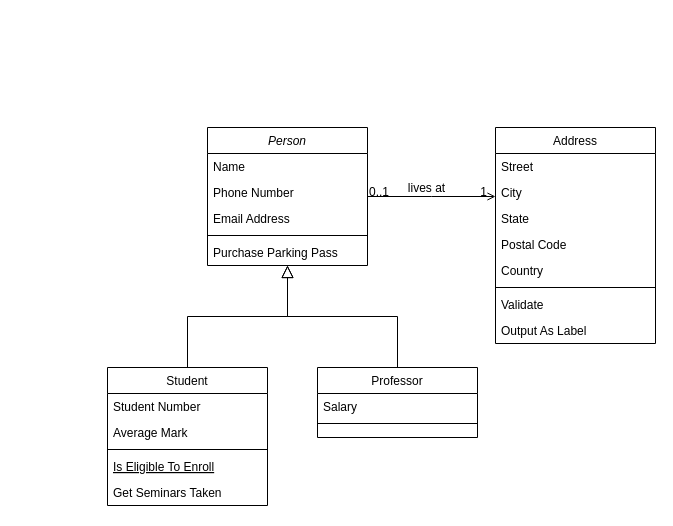
sergioMoreno12/miweb keeps this draw.io diagram as Diagrama sin título.drawio. Above is the earlier version. Source tidied: cells renumbered, new cells numbered last; positions are measured from the earlier drawing's top-left corner, leaving out a move shared by most shapes. Both pictures are drawn from the tidied source at 100%, with x=0, y=0 at pixel (107, 127).
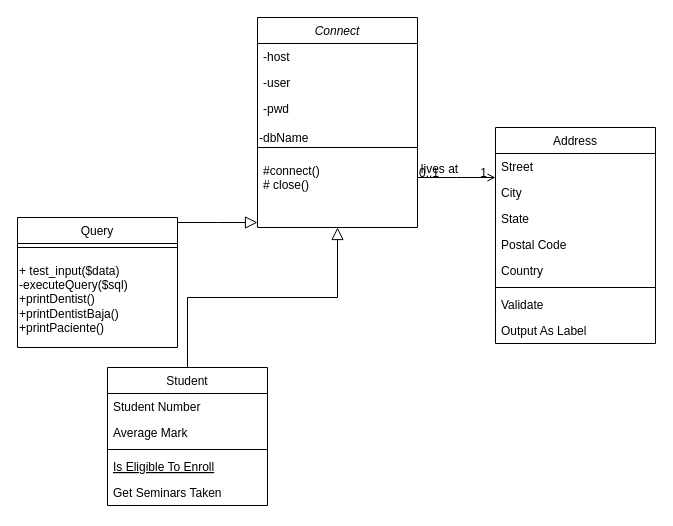
Above is the later version.

Diff of the diagram source:
```diff
@@
-    <mxCell id="2" value="Person" style="swimlane;fontStyle=2;align=center;verticalAlign=top;horizontal=1;startSize=26;rounded=0;shadow=0;strokeWidth=1;" parent="1" vertex="1">
-      <mxGeometry x="100" width="160" height="138" as="geometry" />
+    <mxCell id="2" value="Connect" style="swimlane;fontStyle=2;align=center;verticalAlign=top;horizontal=1;startSize=26;rounded=0;shadow=0;strokeWidth=1;" parent="1" vertex="1">
+      <mxGeometry x="150" y="-110" width="160" height="210" as="geometry" />
     </mxCell>
-    <mxCell id="3" value="Name" style="text;align=left;verticalAlign=top;spacingLeft=4;spacingRight=4;overflow=hidden;" parent="2" vertex="1">
+    <mxCell id="3" value="-host" style="text;align=left;verticalAlign=top;spacingLeft=4;spacingRight=4;overflow=hidden;" parent="2" vertex="1">
       <mxGeometry y="26" width="160" height="26" as="geometry" />
     </mxCell>
-    <mxCell id="4" value="Phone Number" style="text;align=left;verticalAlign=top;spacingLeft=4;spacingRight=4;overflow=hidden;rounded=0;shadow=0;html=0;" parent="2" vertex="1">
+    <mxCell id="4" value="-user" style="text;align=left;verticalAlign=top;spacingLeft=4;spacingRight=4;overflow=hidden;rounded=0;shadow=0;html=0;" parent="2" vertex="1">
       <mxGeometry y="52" width="160" height="26" as="geometry" />
     </mxCell>
-    <mxCell id="5" value="Email Address" style="text;align=left;verticalAlign=top;spacingLeft=4;spacingRight=4;overflow=hidden;rounded=0;shadow=0;html=0;" parent="2" vertex="1">
-      <mxGeometry y="78" width="160" height="26" as="geometry" />
+    <mxCell id="5" value="-pwd" style="text;align=left;verticalAlign=top;spacingLeft=4;spacingRight=4;overflow=hidden;rounded=0;shadow=0;html=0;" parent="2" vertex="1">
+      <mxGeometry y="78" width="160" height="42" as="geometry" />
     </mxCell>
+    <mxCell id="32" value="-dbName" style="text;html=1;strokeColor=none;fillColor=none;align=left;verticalAlign=middle;whiteSpace=wrap;rounded=0;" parent="2" vertex="1">
+      <mxGeometry y="120" width="160" as="geometry" />
+    </mxCell>
     <mxCell id="6" style="line;html=1;strokeWidth=1;align=left;verticalAlign=middle;spacingTop=-1;spacingLeft=3;spacingRight=3;labelPosition=right;" parent="2" vertex="1">
-      <mxGeometry y="104" width="160" height="8" as="geometry" />
+      <mxGeometry y="120" width="160" height="20" as="geometry" />
     </mxCell>
-    <mxCell id="7" value="Purchase Parking Pass" style="text;align=left;verticalAlign=top;spacingLeft=4;spacingRight=4;overflow=hidden;" parent="2" vertex="1">
-      <mxGeometry y="112" width="160" height="26" as="geometry" />
+    <mxCell id="7" value="#connect()&#10;# close()" style="text;align=left;verticalAlign=top;spacingLeft=4;spacingRight=4;overflow=hidden;" parent="2" vertex="1">
+      <mxGeometry y="140" width="160" height="42" as="geometry" />
     </mxCell>
@@
-    <mxCell id="15" value="Professor" style="swimlane;fontStyle=0;align=center;verticalAlign=top;horizontal=1;startSize=26;rounded=0;shadow=0;strokeWidth=1;" parent="1" vertex="1">
-      <mxGeometry x="210" y="240" width="160" height="70" as="geometry" />
+    <mxCell id="15" value="Query" style="swimlane;fontStyle=0;align=center;verticalAlign=top;horizontal=1;startSize=26;rounded=0;shadow=0;strokeWidth=1;" parent="1" vertex="1">
+      <mxGeometry x="-90" y="90" width="160" height="130" as="geometry" />
     </mxCell>
-    <mxCell id="16" value="Salary" style="text;align=left;verticalAlign=top;spacingLeft=4;spacingRight=4;overflow=hidden;" parent="15" vertex="1">
-      <mxGeometry y="26" width="160" height="26" as="geometry" />
-    </mxCell>
     <mxCell id="17" style="line;html=1;strokeWidth=1;align=left;verticalAlign=middle;spacingTop=-1;spacingLeft=3;spacingRight=3;labelPosition=right;" parent="15" vertex="1">
-      <mxGeometry y="52" width="160" height="8" as="geometry" />
+      <mxGeometry y="26" width="160" height="8" as="geometry" />
     </mxCell>
+    <mxCell id="33" value="+ test_input($data)&lt;br&gt;-executeQuery($sql)&lt;br&gt;+printDentist()&lt;br&gt;+printDentistBaja()&lt;br&gt;+printPaciente()" style="text;html=1;strokeColor=none;fillColor=none;align=left;verticalAlign=middle;whiteSpace=wrap;rounded=0;" parent="15" vertex="1">
+      <mxGeometry y="34" width="160" height="96" as="geometry" />
+    </mxCell>
```
